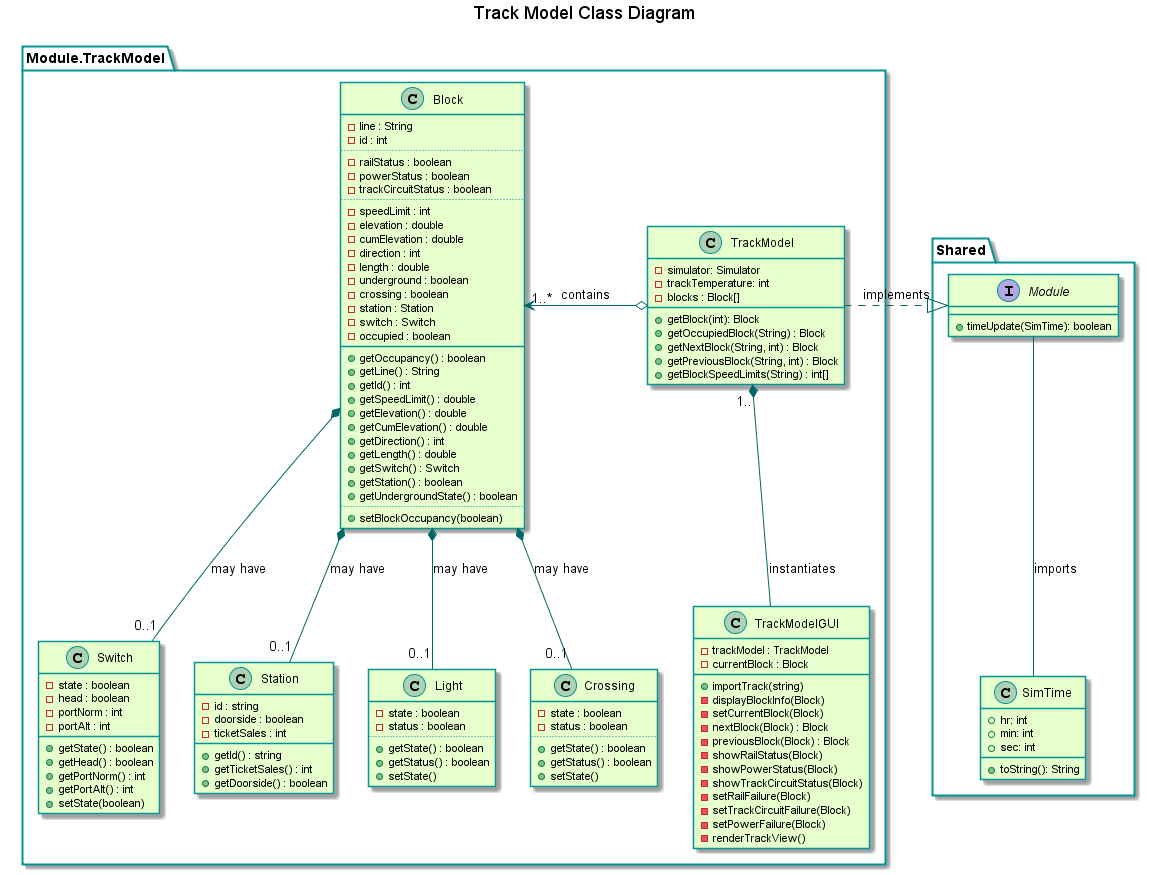
kevingilboy/COE1186 keeps this PlantUML diagram as TrainSystem/yUML/Class Diagrams/TrackModelClassDiagram.png. Above is the earlier version.
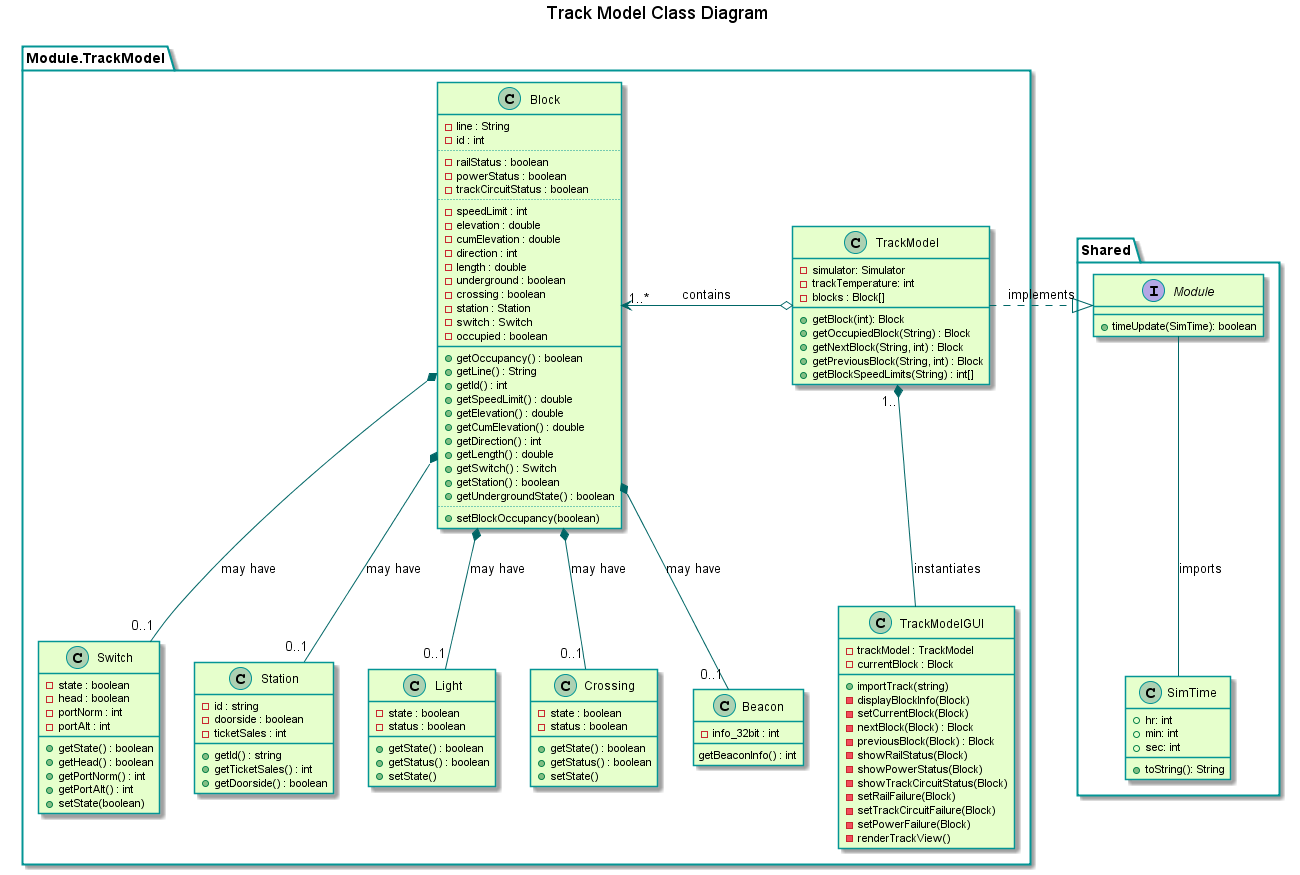
After the change.

Commit message:
added beacon class as block property

The edit, as a diff of the source:
```diff
@@ -89,7 +89,6 @@
     class Light{
         -state : boolean
         -status : boolean
-        ..
         +getState() : boolean
         +getStatus() : boolean
         +setState()
@@ -98,10 +97,14 @@
     class Crossing{
         -state : boolean
         -status : boolean
-        ..
         +getState() : boolean
         +getStatus() : boolean
         +setState()
+    }
+
+    class Beacon{
+        -info_32bit : int
+        getBeaconInfo() : int
     }
 
     class TrackModelGUI{
@@ -129,6 +132,7 @@
 Block *--"0..1" Station : may have
 Block *--"0..1" Light : may have
 Block *--"0..1" Crossing : may have
+Block *--"0..1" Beacon : may have
 Module -- SimTime : imports
 
 @enduml
```
